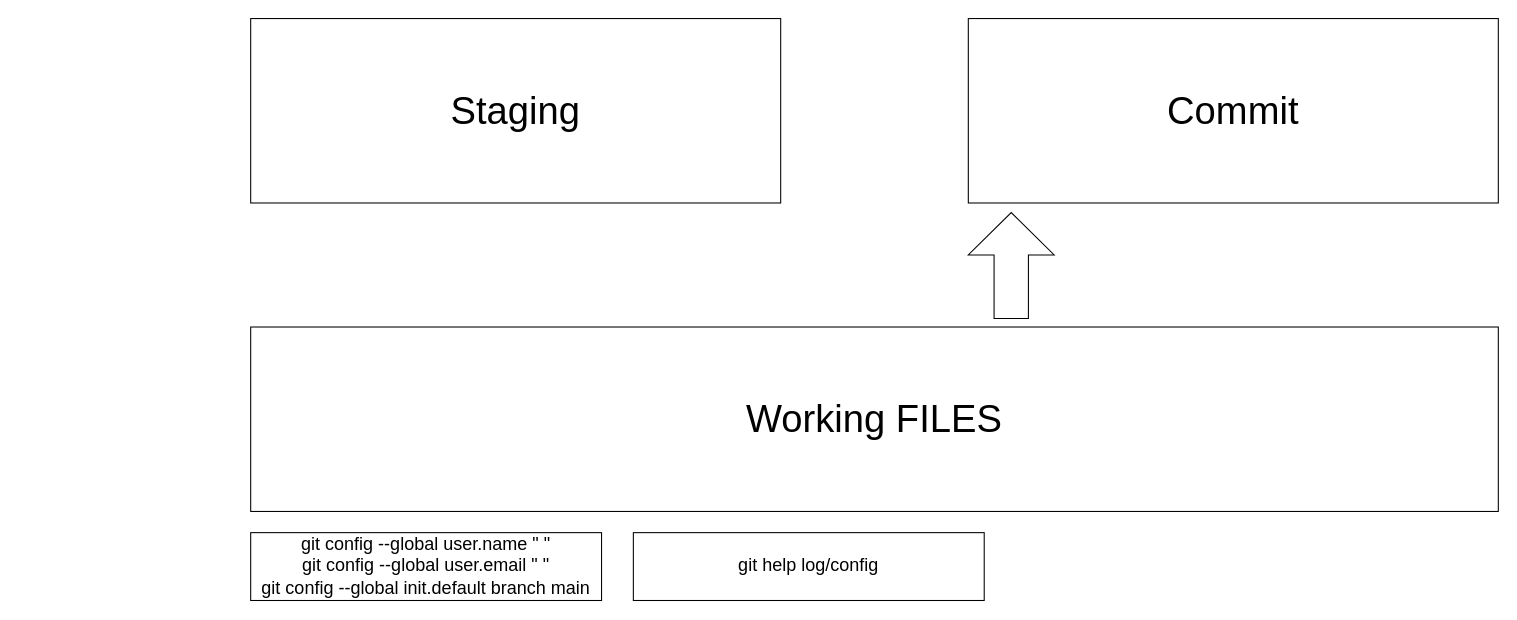
Before: Git&Github.drawio in xiaodongYao/DrawIO, a draw.io diagram. Source tidied: cells renumbered, new cells numbered last; positions are measured from the earlier drawing's top-left corner, leaving out a move shared by most shapes. Both pictures are drawn from the tidied source at 106%, with x=0, y=0 at pixel (250, 18).
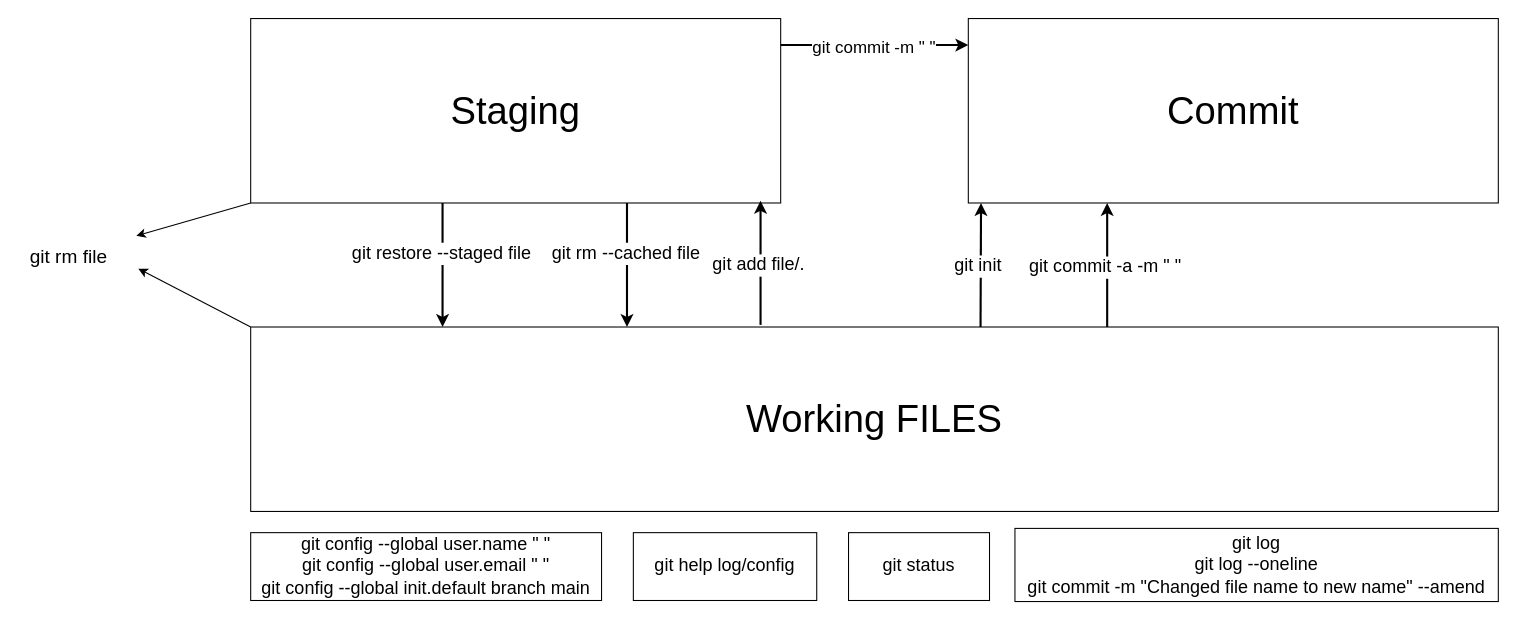
After the change.

The change refers to these unchanged cells:
```xml
<mxCell id="2" value="Working FILES" style="rounded=0;whiteSpace=wrap;html=1;fontSize=36;" parent="1" vertex="1">
  <mxGeometry y="291" width="1177" height="174" as="geometry" />
</mxCell>
<mxCell id="5" value="Staging" style="rounded=0;whiteSpace=wrap;html=1;fontSize=36;" parent="1" vertex="1">
  <mxGeometry width="500" height="174" as="geometry" />
</mxCell>
```

Diff of the diagram source:
```diff
@@
     <mxCell id="4" value="git help log/config" style="rounded=0;whiteSpace=wrap;html=1;fontSize=17;" parent="1" vertex="1">
-      <mxGeometry x="361" y="485" width="331" height="64" as="geometry" />
+      <mxGeometry x="361" y="485" width="173" height="64" as="geometry" />
     </mxCell>
@@
-    <mxCell id="7" style="html=1;shadow=0;dashed=0;align=center;verticalAlign=middle;shape=mxgraph.arrows2.arrow;dy=0.6;dx=40;direction=north;notch=0;" parent="1" vertex="1">
-      <mxGeometry x="677" y="183" width="81" height="100" as="geometry" />
-    </mxCell>
+    <mxCell id="8" style="endArrow=classic;html=1;rounded=1;entryX=0;entryY=1;entryDx=0;entryDy=0;curved=0;jumpStyle=arc;strokeWidth=2;exitX=0.585;exitY=0;exitDx=0;exitDy=0;exitPerimeter=0;" parent="1" edge="1" source="2">
+      <mxGeometry relative="1" as="geometry">
+        <mxPoint x="689" y="174" as="targetPoint" />
+      </mxGeometry>
+    </mxCell>
+    <mxCell id="9" value="git init" style="edgeLabel;html=1;align=center;verticalAlign=middle;fontSize=17;" parent="8" vertex="1">
+      <mxGeometry x="-0.03" y="3" relative="1" as="geometry" />
+    </mxCell>
+    <mxCell id="10" style="endArrow=classic;html=1;rounded=1;entryX=0;entryY=1;entryDx=0;entryDy=0;curved=0;jumpStyle=arc;strokeWidth=2;exitX=0.585;exitY=0;exitDx=0;exitDy=0;exitPerimeter=0;" parent="1" edge="1">
+      <mxGeometry relative="1" as="geometry">
+        <mxPoint x="355" y="174" as="sourcePoint" />
+        <mxPoint x="355" y="291" as="targetPoint" />
+      </mxGeometry>
+    </mxCell>
+    <mxCell id="11" value="git rm --cached file" style="edgeLabel;html=1;align=center;verticalAlign=middle;fontSize=17;" parent="10" vertex="1">
+      <mxGeometry x="-0.2" y="-2" relative="1" as="geometry" />
+    </mxCell>
+    <mxCell id="12" value="git status" style="rounded=0;whiteSpace=wrap;html=1;fontSize=17;" parent="1" vertex="1">
+      <mxGeometry x="564" y="485" width="133" height="64" as="geometry" />
+    </mxCell>
+    <mxCell id="13" style="endArrow=classic;html=1;rounded=1;entryX=0;entryY=1;entryDx=0;entryDy=0;curved=0;jumpStyle=arc;strokeWidth=2;exitX=0.585;exitY=0;exitDx=0;exitDy=0;exitPerimeter=0;" parent="1" edge="1">
+      <mxGeometry relative="1" as="geometry">
+        <mxPoint x="481" y="289" as="sourcePoint" />
+        <mxPoint x="481" y="172" as="targetPoint" />
+      </mxGeometry>
+    </mxCell>
+    <mxCell id="14" value="git add file/." style="edgeLabel;html=1;align=center;verticalAlign=middle;fontSize=17;" parent="13" vertex="1">
+      <mxGeometry x="-0.03" y="3" relative="1" as="geometry" />
+    </mxCell>
+    <mxCell id="15" style="endArrow=classic;html=1;rounded=0;entryX=0;entryY=0;entryDx=0;entryDy=0;strokeWidth=2;" parent="1" edge="1">
+      <mxGeometry relative="1" as="geometry">
+        <mxPoint x="500" y="25" as="sourcePoint" />
+        <mxPoint x="677" y="25" as="targetPoint" />
+      </mxGeometry>
+    </mxCell>
+    <mxCell id="16" value="git commit -m &quot; &quot;" style="edgeLabel;html=1;align=center;verticalAlign=middle;fontSize=16;" parent="15" vertex="1">
+      <mxGeometry x="-0.02" y="-1" relative="1" as="geometry" />
+    </mxCell>
+    <mxCell id="17" style="endArrow=classic;html=1;rounded=1;entryX=0;entryY=1;entryDx=0;entryDy=0;curved=0;jumpStyle=arc;strokeWidth=2;exitX=0.585;exitY=0;exitDx=0;exitDy=0;exitPerimeter=0;" parent="1" edge="1">
+      <mxGeometry relative="1" as="geometry">
+        <mxPoint x="181" y="174" as="sourcePoint" />
+        <mxPoint x="181" y="291" as="targetPoint" />
+      </mxGeometry>
+    </mxCell>
+    <mxCell id="18" value="git restore --staged file" style="edgeLabel;html=1;align=center;verticalAlign=middle;fontSize=17;" parent="17" vertex="1">
+      <mxGeometry x="-0.2" y="-2" relative="1" as="geometry" />
+    </mxCell>
+    <mxCell id="19" style="endArrow=classic;html=1;rounded=1;entryX=0;entryY=1;entryDx=0;entryDy=0;curved=0;jumpStyle=arc;strokeWidth=2;exitX=0.585;exitY=0;exitDx=0;exitDy=0;exitPerimeter=0;" parent="1" edge="1">
+      <mxGeometry relative="1" as="geometry">
+        <mxPoint x="808" y="291" as="sourcePoint" />
+        <mxPoint x="808" y="174" as="targetPoint" />
+      </mxGeometry>
+    </mxCell>
+    <mxCell id="20" value="git commit -a -m &quot; &quot;" style="edgeLabel;html=1;align=center;verticalAlign=middle;fontSize=17;" parent="19" vertex="1">
+      <mxGeometry x="-0.03" y="3" relative="1" as="geometry" />
+    </mxCell>
+    <mxCell id="21" style="endArrow=classic;html=1;rounded=0;exitX=0;exitY=1;exitDx=0;exitDy=0;" parent="1" edge="1" source="5">
+      <mxGeometry relative="1" as="geometry">
+        <mxPoint x="-108" y="205" as="targetPoint" />
+      </mxGeometry>
+    </mxCell>
+    <mxCell id="22" style="endArrow=classic;html=1;rounded=0;exitX=0;exitY=0;exitDx=0;exitDy=0;" parent="1" edge="1" source="2">
+      <mxGeometry relative="1" as="geometry">
+        <mxPoint x="-106" y="236" as="targetPoint" />
+      </mxGeometry>
+    </mxCell>
+    <mxCell id="23" value="git rm file" style="text;html=1;align=center;verticalAlign=middle;whiteSpace=wrap;rounded=0;fontSize=18;" parent="1" vertex="1">
+      <mxGeometry x="-219" y="210" width="95" height="30" as="geometry" />
+    </mxCell>
+    <mxCell id="24" value="git log&lt;div&gt;git log --oneline&lt;/div&gt;&lt;div&gt;git commit -m &quot;Changed file name to new name&quot; --amend&lt;/div&gt;" style="rounded=0;whiteSpace=wrap;html=1;fontSize=17;" parent="1" vertex="1">
+      <mxGeometry x="721" y="481" width="456" height="69" as="geometry" />
+    </mxCell>
```
